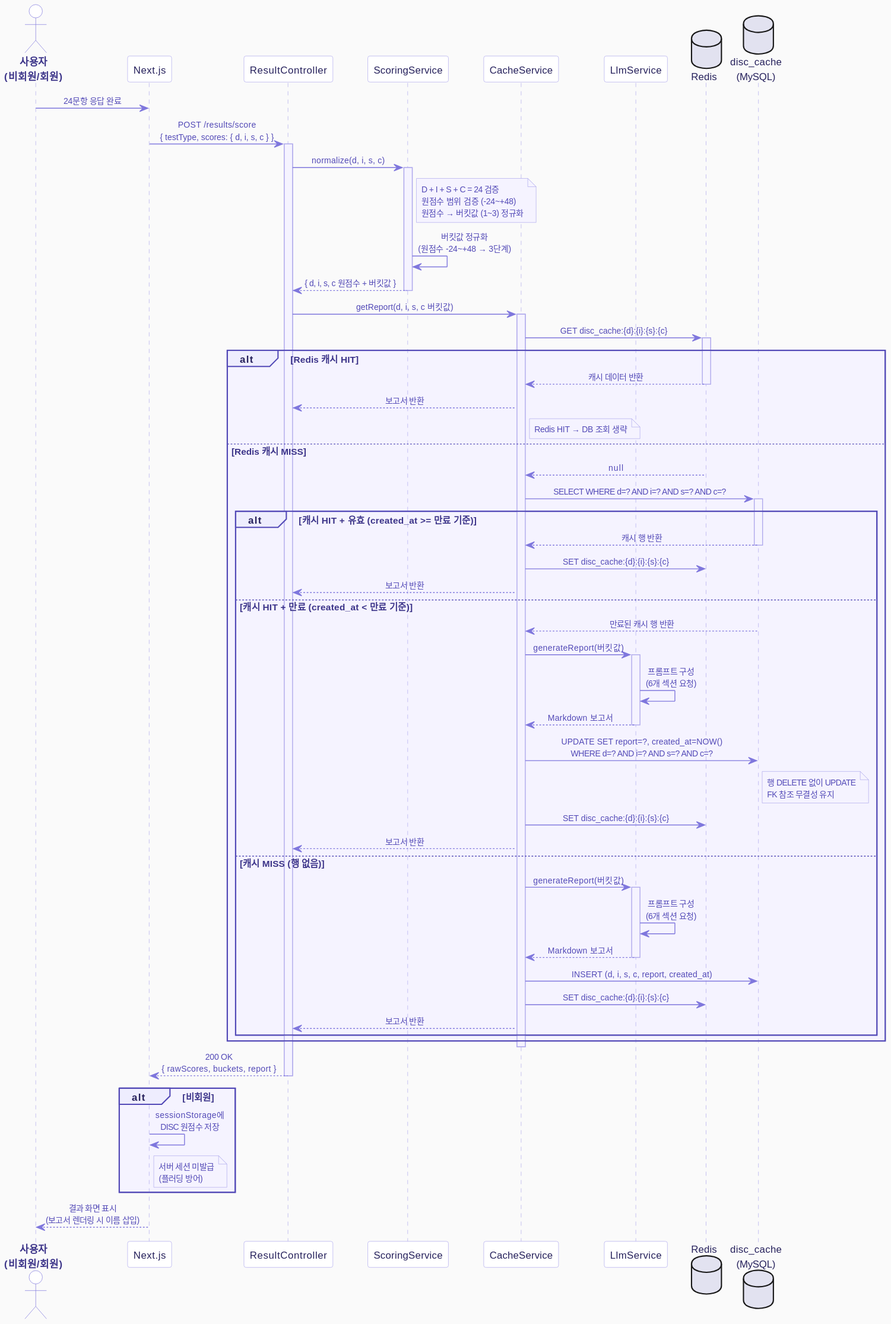
This is docs/images/MyCPT_Sequence_Scoring.svg from Yush1nk1m/MyCPT, a PlantUML export, as it was before one commit.
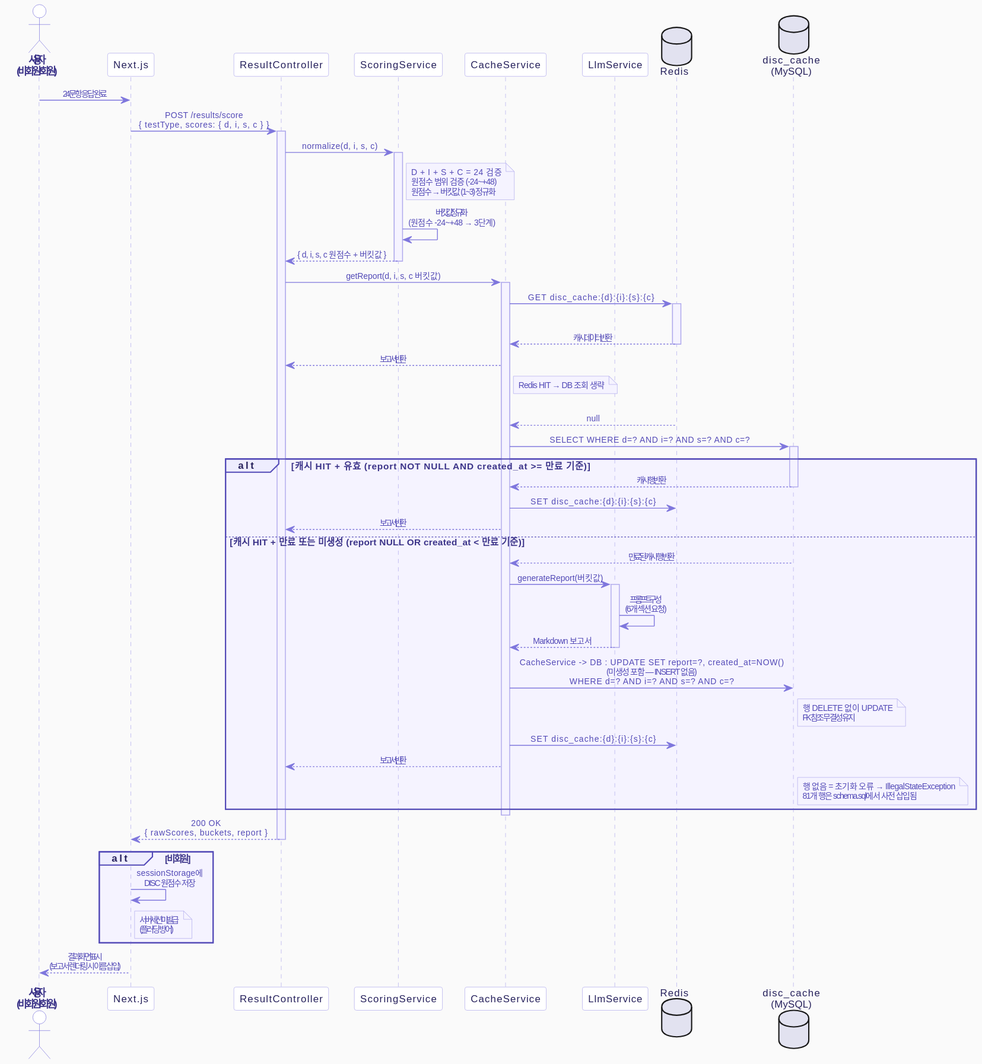
After the commit.

Diff of the diagram source:
```diff
@@ -91,13 +91,13 @@
   CacheService -> DB : SELECT WHERE d=? AND i=? AND s=? AND c=?
   activate DB
 
-  alt 캐시 HIT + 유효 (created_at >= 만료 기준)
+  alt 캐시 HIT + 유효 (report NOT NULL AND created_at >= 만료 기준)
     DB --> CacheService : 캐시 행 반환
     deactivate DB
     CacheService -> Redis : SET disc_cache:{d}:{i}:{s}:{c}
     CacheService --> Controller : 보고서 반환
 
-  else 캐시 HIT + 만료 (created_at < 만료 기준)
+  else 캐시 HIT + 만료 또는 미생성 (report NULL OR created_at < 만료 기준)
     DB --> CacheService : 만료된 캐시 행 반환
     deactivate DB
     CacheService -> Llm : generateReport(버킷값)
@@ -105,21 +105,15 @@
     Llm -> Llm : 프롬프트 구성\n(6개 섹션 요청)
     Llm --> CacheService : Markdown 보고서
     deactivate Llm
-    CacheService -> DB : UPDATE SET report=?, created_at=NOW()\nWHERE d=? AND i=? AND s=? AND c=?
+    CacheService -> DB : CacheService -> DB : UPDATE SET report=?, created_at=NOW()\n(미생성 포함 — INSERT 없음)\nWHERE d=? AND i=? AND s=? AND c=?
     note right of DB : 행 DELETE 없이 UPDATE\nFK 참조 무결성 유지
     CacheService -> Redis : SET disc_cache:{d}:{i}:{s}:{c}
     CacheService --> Controller : 보고서 반환
 
-  else 캐시 MISS (행 없음)
-    CacheService -> Llm : generateReport(버킷값)
-    activate Llm
-    Llm -> Llm : 프롬프트 구성\n(6개 섹션 요청)
-    Llm --> CacheService : Markdown 보고서
-    deactivate Llm
-    CacheService -> DB : INSERT (d, i, s, c, report, created_at)
-    CacheService -> Redis : SET disc_cache:{d}:{i}:{s}:{c}
-    CacheService --> Controller : 보고서 반환
-  end
+  note right of DB
+    행 없음 = 초기화 오류 → IllegalStateException
+    81개 행은 schema.sql에서 사전 삽입됨
+  end note
 
 end
 
```
